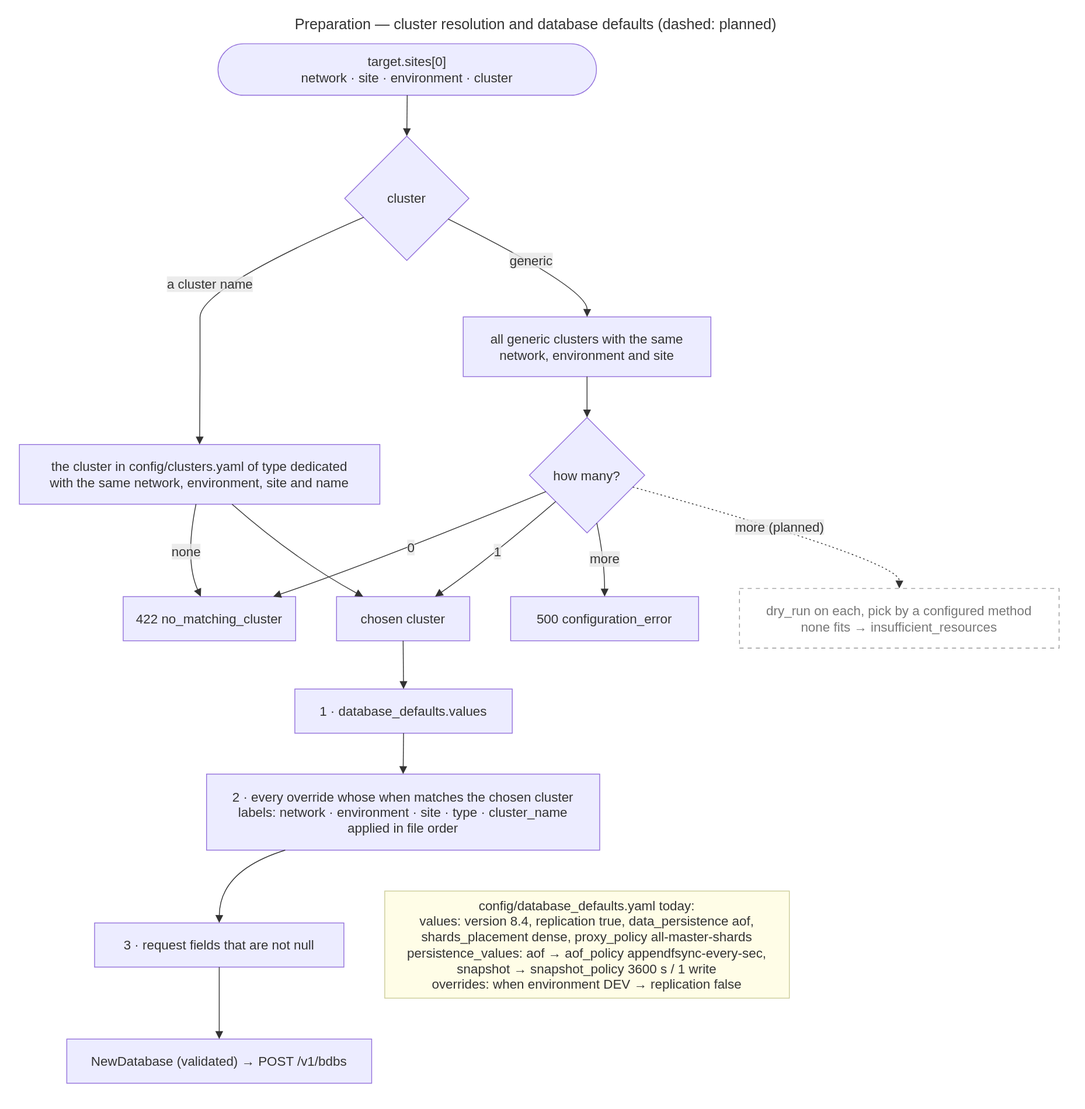
The draw.io diagram docs/diagrams/13-flow-cluster-and-defaults.drawio.svg in EliShteinman/redis-enterprise-services, before a commit. Source tidied: cells renumbered, new cells last; positions are measured from the earlier drawing's top-left corner, leaving out a move shared by most shapes.
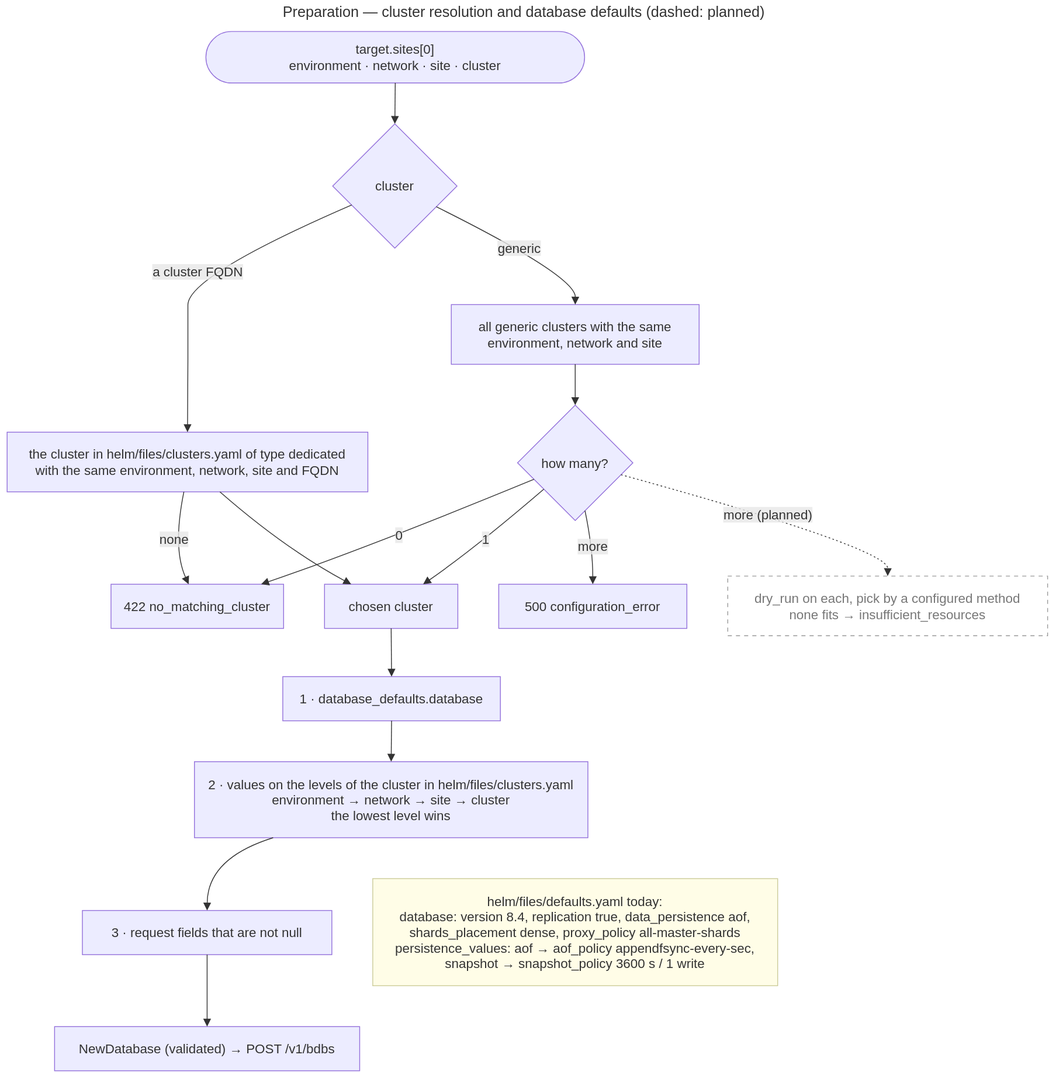
The same diagram one commit later.

Diff of the diagram source:
```diff
@@ -2,16 +2,16 @@
   <root>
     <mxCell id="0" />
     <mxCell id="1" parent="0" />
-    <mxCell id="2" value="target.sites[0]&#10;network · site · environment · cluster" style="html=1;rounded=1;whiteSpace=wrap;arcSize=50;strokeWidth=1;fillColor=light-dark(#ECECFF,#1f2020);strokeColor=light-dark(#9370DB,#cccccc);fontColor=light-dark(#333333,#cccccc);fontFamily=Trebuchet MS,Verdana,Arial,sans-serif;fontSize=16;" parent="1" vertex="1">
+    <mxCell id="2" value="target.sites[0]&#10;environment · network · site · cluster" style="html=1;rounded=1;whiteSpace=wrap;arcSize=50;strokeWidth=1;fillColor=light-dark(#ECECFF,#1f2020);strokeColor=light-dark(#9370DB,#cccccc);fontColor=light-dark(#333333,#cccccc);fontFamily=Trebuchet MS,Verdana,Arial,sans-serif;fontSize=16;" parent="1" vertex="1">
       <mxGeometry x="251" y="38" width="463" height="63" as="geometry" />
     </mxCell>
     <mxCell id="3" value="cluster" style="rhombus;html=1;strokeWidth=1;whiteSpace=wrap;fillColor=light-dark(#ECECFF,#1f2020);strokeColor=light-dark(#9370DB,#cccccc);fontColor=light-dark(#333333,#cccccc);fontFamily=Trebuchet MS,Verdana,Arial,sans-serif;fontSize=16;" parent="1" vertex="1">
       <mxGeometry x="406" y="151" width="152" height="152" as="geometry" />
     </mxCell>
-    <mxCell id="4" value="the cluster in config/clusters.yaml of type dedicated&#10;with the same network, environment, site and name" style="html=1;whiteSpace=wrap;strokeWidth=1;fillColor=light-dark(#ECECFF,#1f2020);strokeColor=light-dark(#9370DB,#cccccc);fontColor=light-dark(#333333,#cccccc);fontFamily=Trebuchet MS,Verdana,Arial,sans-serif;fontSize=16;" parent="1" vertex="1">
+    <mxCell id="4" value="the cluster in helm/files/clusters.yaml of type dedicated&#10;with the same environment, network, site and FQDN" style="html=1;whiteSpace=wrap;strokeWidth=1;fillColor=light-dark(#ECECFF,#1f2020);strokeColor=light-dark(#9370DB,#cccccc);fontColor=light-dark(#333333,#cccccc);fontFamily=Trebuchet MS,Verdana,Arial,sans-serif;fontSize=16;" parent="1" vertex="1">
       <mxGeometry x="8" y="528" width="441" height="73" as="geometry" />
     </mxCell>
-    <mxCell id="5" value="all generic clusters with the same&#10;network, environment and site" style="html=1;whiteSpace=wrap;strokeWidth=1;fillColor=light-dark(#ECECFF,#1f2020);strokeColor=light-dark(#9370DB,#cccccc);fontColor=light-dark(#333333,#cccccc);fontFamily=Trebuchet MS,Verdana,Arial,sans-serif;fontSize=16;" parent="1" vertex="1">
+    <mxCell id="5" value="all generic clusters with the same&#10;environment, network and site" style="html=1;whiteSpace=wrap;strokeWidth=1;fillColor=light-dark(#ECECFF,#1f2020);strokeColor=light-dark(#9370DB,#cccccc);fontColor=light-dark(#333333,#cccccc);fontFamily=Trebuchet MS,Verdana,Arial,sans-serif;fontSize=16;" parent="1" vertex="1">
       <mxGeometry x="551" y="372" width="303" height="73" as="geometry" />
     </mxCell>
     <mxCell id="6" value="how many?" style="rhombus;html=1;strokeWidth=1;whiteSpace=wrap;fillColor=light-dark(#ECECFF,#1f2020);strokeColor=light-dark(#9370DB,#cccccc);fontColor=light-dark(#333333,#cccccc);fontFamily=Trebuchet MS,Verdana,Arial,sans-serif;fontSize=16;" parent="1" vertex="1">
@@ -29,10 +29,10 @@
     <mxCell id="10" value="dry_run on each, pick by a configured method&#10;none fits → insufficient_resources" style="html=1;whiteSpace=wrap;strokeWidth=1;fillColor=default;strokeColor=#999;fontColor=#777;fontFamily=Trebuchet MS,Verdana,Arial,sans-serif;fontSize=16;dashed=1;dashPattern=5 5;fixDash=1;" parent="1" vertex="1">
       <mxGeometry x="889" y="704" width="391" height="73" as="geometry" />
     </mxCell>
-    <mxCell id="11" value="1 · database_defaults.values" style="html=1;whiteSpace=wrap;strokeWidth=1;fillColor=light-dark(#ECECFF,#1f2020);strokeColor=light-dark(#9370DB,#cccccc);fontColor=light-dark(#333333,#cccccc);fontFamily=Trebuchet MS,Verdana,Arial,sans-serif;fontSize=16;" parent="1" vertex="1">
+    <mxCell id="11" value="1 · database_defaults.database" style="html=1;whiteSpace=wrap;strokeWidth=1;fillColor=light-dark(#ECECFF,#1f2020);strokeColor=light-dark(#9370DB,#cccccc);fontColor=light-dark(#333333,#cccccc);fontFamily=Trebuchet MS,Verdana,Arial,sans-serif;fontSize=16;" parent="1" vertex="1">
       <mxGeometry x="345" y="827" width="266" height="54" as="geometry" />
     </mxCell>
-    <mxCell id="12" value="2 · every override whose when matches the chosen cluster&#10;labels: network · environment · site · type · cluster_name&#10;applied in file order" style="html=1;whiteSpace=wrap;strokeWidth=1;fillColor=light-dark(#ECECFF,#1f2020);strokeColor=light-dark(#9370DB,#cccccc);fontColor=light-dark(#333333,#cccccc);fontFamily=Trebuchet MS,Verdana,Arial,sans-serif;fontSize=16;" parent="1" vertex="1">
+    <mxCell id="12" value="2 · values on the levels of the cluster in helm/files/clusters.yaml&#10;environment → network → site → cluster&#10;the lowest level wins" style="html=1;whiteSpace=wrap;strokeWidth=1;fillColor=light-dark(#ECECFF,#1f2020);strokeColor=light-dark(#9370DB,#cccccc);fontColor=light-dark(#333333,#cccccc);fontFamily=Trebuchet MS,Verdana,Arial,sans-serif;fontSize=16;" parent="1" vertex="1">
       <mxGeometry x="237" y="931" width="481" height="93" as="geometry" />
     </mxCell>
     <mxCell id="13" value="3 · request fields that are not null" style="html=1;whiteSpace=wrap;strokeWidth=1;fillColor=light-dark(#ECECFF,#1f2020);strokeColor=light-dark(#9370DB,#cccccc);fontColor=light-dark(#333333,#cccccc);fontFamily=Trebuchet MS,Verdana,Arial,sans-serif;fontSize=16;" parent="1" vertex="1">
@@ -41,13 +41,13 @@
     <mxCell id="14" value="NewDatabase (validated) → POST /v1/bdbs" style="html=1;whiteSpace=wrap;strokeWidth=1;fillColor=light-dark(#ECECFF,#1f2020);strokeColor=light-dark(#9370DB,#cccccc);fontColor=light-dark(#333333,#cccccc);fontFamily=Trebuchet MS,Verdana,Arial,sans-serif;fontSize=16;" parent="1" vertex="1">
       <mxGeometry x="66" y="1255" width="373" height="54" as="geometry" />
     </mxCell>
-    <mxCell id="15" value="config/database_defaults.yaml today:&#10;values: version 8.4, replication true, data_persistence aof,&#10;shards_placement dense, proxy_policy all-master-shards&#10;persistence_values: aof → aof_policy appendfsync-every-sec,&#10;snapshot → snapshot_policy 3600 s / 1 write&#10;overrides: when environment DEV → replication false" style="html=1;whiteSpace=wrap;strokeWidth=1;fillColor=#fffde7;strokeColor=#cccc99;fontColor=light-dark(#333333,#cccccc);fontFamily=Trebuchet MS,Verdana,Arial,sans-serif;fontSize=16;" parent="1" vertex="1">
+    <mxCell id="15" value="helm/files/defaults.yaml today:&#10;database: version 8.4, replication true, data_persistence aof,&#10;shards_placement dense, proxy_policy all-master-shards&#10;persistence_values: aof → aof_policy appendfsync-every-sec,&#10;snapshot → snapshot_policy 3600 s / 1 write" style="html=1;whiteSpace=wrap;strokeWidth=1;fillColor=#fffde7;strokeColor=#cccc99;fontColor=light-dark(#333333,#cccccc);fontFamily=Trebuchet MS,Verdana,Arial,sans-serif;fontSize=16;" parent="1" vertex="1">
       <mxGeometry x="455" y="1074" width="495" height="131" as="geometry" />
     </mxCell>
     <mxCell id="16" style="curved=1;startArrow=none;endArrow=block;endSize=7;strokeColor=light-dark(#333333,#cccccc);exitX=0.5;exitY=1;entryX=0.5;entryY=0;" parent="1" edge="1" source="2" target="3">
       <mxGeometry relative="1" as="geometry" />
     </mxCell>
-    <mxCell id="17" value="a cluster name" style="curved=1;startArrow=none;endArrow=block;endSize=7;strokeColor=light-dark(#333333,#cccccc);html=1;fontSize=16;labelBackgroundColor=light-dark(#E8E8E88D,#2a2a2a8D);fontFamily=Trebuchet MS,Verdana,Arial,sans-serif;fontColor=light-dark(#333333,#cccccc);exitX=0;exitY=0.72;entryX=0.5;entryY=0;" parent="1" edge="1" source="3" target="4">
+    <mxCell id="17" value="a cluster FQDN" style="curved=1;startArrow=none;endArrow=block;endSize=7;strokeColor=light-dark(#333333,#cccccc);html=1;fontSize=16;labelBackgroundColor=light-dark(#E8E8E88D,#2a2a2a8D);fontFamily=Trebuchet MS,Verdana,Arial,sans-serif;fontColor=light-dark(#333333,#cccccc);exitX=0;exitY=0.72;entryX=0.5;entryY=0;" parent="1" edge="1" source="3" target="4">
       <mxGeometry relative="1" as="geometry">
         <Array as="points">
           <mxPoint x="229" y="337" />
```
